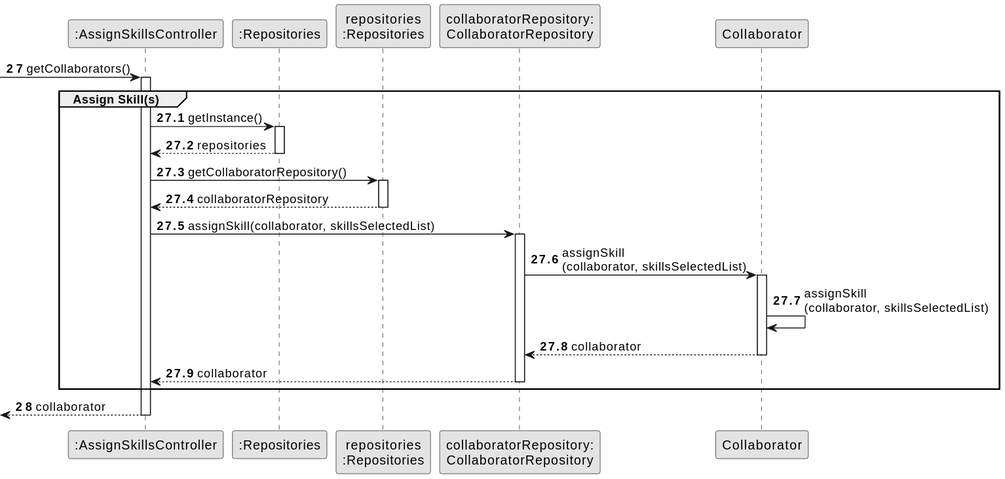
The PlantUML diagram docs/sprintB/us004/03.design/svg/us004-sequence-diagram-partial-assign-skill.svg in Departamento-de-Engenharia-Informatica/lei-24-s2-1dm-g132, before a commit. Source of this version:
```plantuml
@startuml
skinparam monochrome true
skinparam packageStyle rectangle
skinparam shadowing false

participant ":AssignSkillsController" as CTRL
participant ":Repositories" as RepositorySingleton
participant "repositories\n:Repositories" as PLAT
participant "collaboratorRepository:\nCollaboratorRepository" as CollaboratorRepository

autonumber 27
-> CTRL : getCollaborators()

autonumber 27.1

activate CTRL
    group Assign Skill(s)
        CTRL -> RepositorySingleton : getInstance()
        activate RepositorySingleton

        RepositorySingleton --> CTRL: repositories
        deactivate RepositorySingleton

        CTRL -> PLAT : getCollaboratorRepository()
        activate PLAT

        PLAT --> CTRL: collaboratorRepository
        deactivate PLAT

        CTRL -> CollaboratorRepository : assignSkill(collaborator, skillsSelectedList)
        activate CollaboratorRepository

        CollaboratorRepository -> Collaborator: assignSkill\n(collaborator, skillsSelectedList)
        activate Collaborator

        Collaborator -> Collaborator : assignSkill\n(collaborator, skillsSelectedList)
        Collaborator --> CollaboratorRepository : collaborator
        deactivate Collaborator

        CollaboratorRepository --> CTRL : collaborator
        deactivate CollaboratorRepository

    end group

    autonumber 28
    <-- CTRL : collaborator

deactivate CTRL
@enduml
```
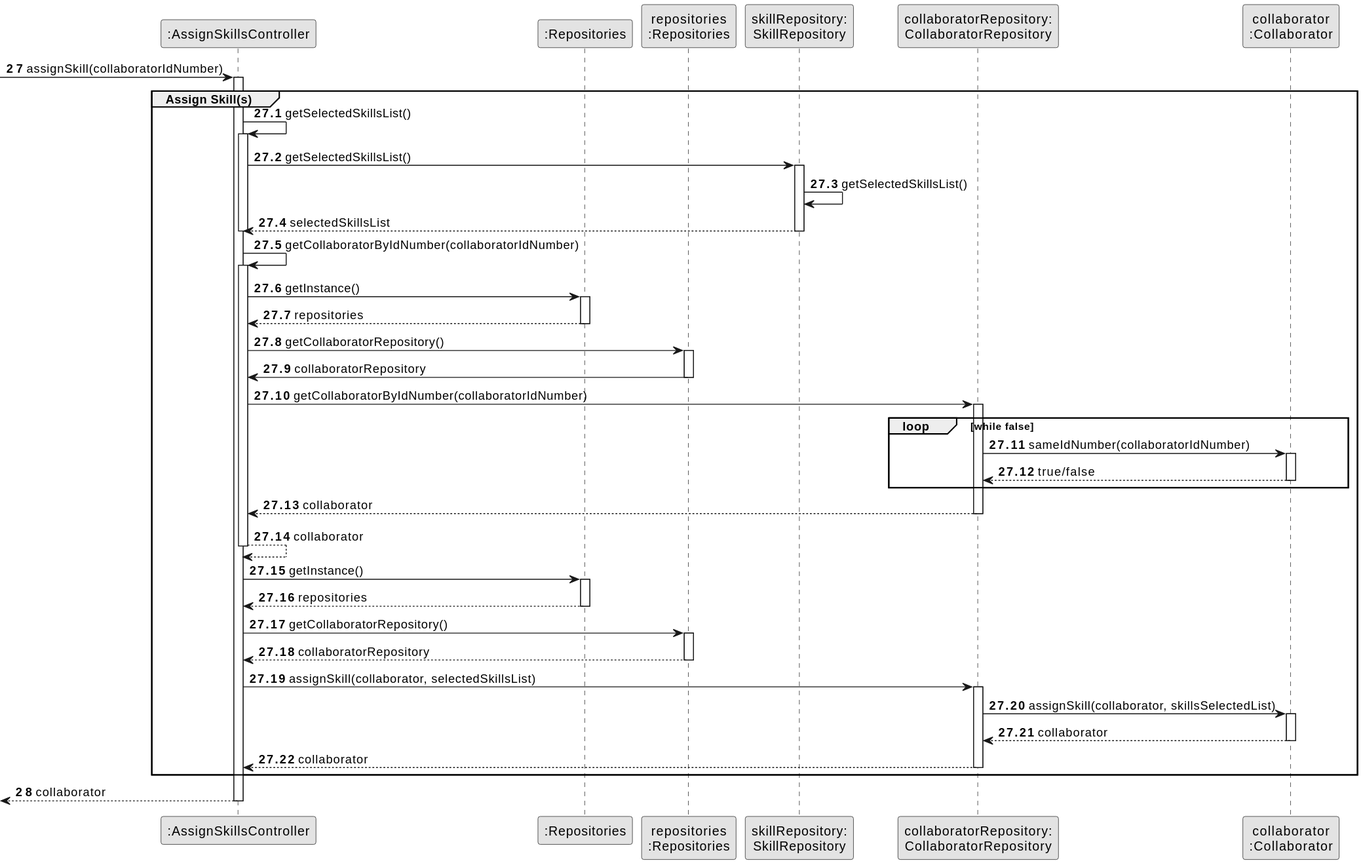
The same file after the commit.

Commit message:
US04 updated partial diagrams and respective svg files

Change to the diagram source:
```diff
@@ -6,39 +6,86 @@
 participant ":AssignSkillsController" as CTRL
 participant ":Repositories" as RepositorySingleton
 participant "repositories\n:Repositories" as PLAT
+participant "skillRepository:\nSkillRepository" as SkillRepository
 participant "collaboratorRepository:\nCollaboratorRepository" as CollaboratorRepository
+participant "collaborator\n:Collaborator" as Collaborator
 
 autonumber 27
--> CTRL : getCollaborators()
+-> CTRL : assignSkill(collaboratorIdNumber)
 
 autonumber 27.1
 
 activate CTRL
     group Assign Skill(s)
-        CTRL -> RepositorySingleton : getInstance()
-        activate RepositorySingleton
+        CTRL -> CTRL : getSelectedSkillsList()
+            activate CTRL
 
-        RepositorySingleton --> CTRL: repositories
-        deactivate RepositorySingleton
+            CTRL -> SkillRepository : getSelectedSkillsList()
+            activate SkillRepository
 
-        CTRL -> PLAT : getCollaboratorRepository()
-        activate PLAT
+            SkillRepository -> SkillRepository : getSelectedSkillsList()
+            SkillRepository --> CTRL : selectedSkillsList
+            deactivate SkillRepository
+            deactivate CTRL
 
-        PLAT --> CTRL: collaboratorRepository
-        deactivate PLAT
+                CTRL -> CTRL : getCollaboratorByIdNumber(collaboratorIdNumber)
+                            activate CTRL
 
-        CTRL -> CollaboratorRepository : assignSkill(collaborator, skillsSelectedList)
-        activate CollaboratorRepository
+                                CTRL -> RepositorySingleton : getInstance()
+                                activate RepositorySingleton
 
-        CollaboratorRepository -> Collaborator: assignSkill\n(collaborator, skillsSelectedList)
-        activate Collaborator
+                                    RepositorySingleton --> CTRL: repositories
+                                deactivate RepositorySingleton
 
-        Collaborator -> Collaborator : assignSkill\n(collaborator, skillsSelectedList)
-        Collaborator --> CollaboratorRepository : collaborator
-        deactivate Collaborator
+                                CTRL -> PLAT : getCollaboratorRepository()
+                                activate PLAT
 
-        CollaboratorRepository --> CTRL : collaborator
-        deactivate CollaboratorRepository
+                                    PLAT -> CTRL : collaboratorRepository
+                                deactivate PLAT
+
+                                CTRL -> CollaboratorRepository : getCollaboratorByIdNumber(collaboratorIdNumber)
+                                activate CollaboratorRepository
+
+                                loop while false
+
+                                    CollaboratorRepository -> Collaborator : sameIdNumber(collaboratorIdNumber)
+                                    activate Collaborator
+
+                                        Collaborator --> CollaboratorRepository : true/false
+                                        deactivate Collaborator
+
+                                end loop
+
+                                    CollaboratorRepository --> CTRL : collaborator
+                                deactivate CollaboratorRepository
+                                    CTRL --> CTRL : collaborator
+                            deactivate CTRL
+
+                        CTRL -> RepositorySingleton : getInstance()
+                        activate RepositorySingleton
+
+                        RepositorySingleton --> CTRL: repositories
+                        deactivate RepositorySingleton
+
+                        CTRL -> PLAT : getCollaboratorRepository()
+                        activate PLAT
+
+                        PLAT --> CTRL: collaboratorRepository
+                        deactivate PLAT
+
+                        CTRL -> CollaboratorRepository : assignSkill(collaborator, selectedSkillsList)
+                        activate CollaboratorRepository
+
+                        CollaboratorRepository -> Collaborator: assignSkill(collaborator, skillsSelectedList)
+                        activate Collaborator
+
+                        Collaborator --> CollaboratorRepository : collaborator
+                        deactivate Collaborator
+
+                        CollaboratorRepository --> CTRL : collaborator
+                        deactivate CollaboratorRepository
+
+
 
     end group
 
```
